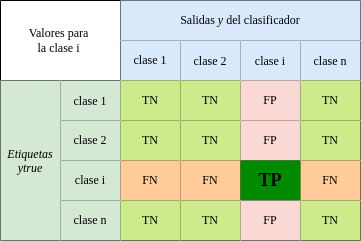
The draw.io diagram Figuras/MC_multiple.png in FCiencias-Equipo-Academico-2022-I/rn-libro, before a commit. Source tidied: cells renumbered, new cells last; positions are measured from the earlier drawing's top-left corner, leaving out a move shared by most shapes.
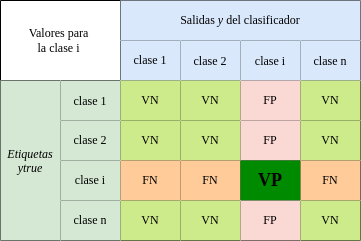
Above is the later version.

Change to the diagram source:
```diff
@@ -2,10 +2,10 @@
   <root>
     <mxCell id="0" />
     <mxCell id="1" parent="0" />
-    <mxCell id="2" style="shape=table;startSize=0;rounded=1;labelBorderColor=none;" parent="1" vertex="1">
-      <mxGeometry width="360" height="240" as="geometry" />
-    </mxCell>
+    <mxCell id="36" style="shape=table;startSize=0;rounded=1;labelBorderColor=none;" parent="1" vertex="1">
+      <mxGeometry x="-25" y="-10" width="360" height="240" as="geometry" />
+    </mxCell>
-    <mxCell id="3" style="shape=tableRow;horizontal=0;startSize=0;swimlaneHead=0;swimlaneBody=0;top=0;left=0;bottom=0;right=0;fillColor=none;" parent="2" vertex="1">
+    <mxCell id="3" style="shape=tableRow;horizontal=0;startSize=0;swimlaneHead=0;swimlaneBody=0;top=0;left=0;bottom=0;right=0;fillColor=none;" parent="36" vertex="1">
       <mxGeometry width="360" height="40" as="geometry" />
     </mxCell>
     <mxCell id="4" value="&lt;font face=&quot;Times New Roman&quot;&gt;Valores para &lt;br&gt;la clase i&amp;nbsp;&lt;/font&gt;" style="shape=partialRectangle;html=1;whiteSpace=wrap;overflow=hidden;fillColor=none;top=0;left=0;bottom=0;right=0;rowspan=2;colspan=2;" parent="3" vertex="1">
@@ -14,7 +14,7 @@
     <mxCell id="5" value="&lt;span style=&quot;color: rgb(0 , 0 , 0) ; font-family: &amp;#34;times new roman&amp;#34; ; font-size: 12px ; font-style: normal ; font-weight: 400 ; letter-spacing: normal ; text-align: center ; text-indent: 0px ; text-transform: none ; word-spacing: 0px ; display: inline ; float: none&quot;&gt;Salidas&amp;nbsp;&lt;/span&gt;&lt;i style=&quot;color: rgb(0 , 0 , 0) ; font-family: &amp;#34;times new roman&amp;#34; ; font-size: 12px ; font-weight: 400 ; letter-spacing: normal ; text-align: center ; text-indent: 0px ; text-transform: none ; word-spacing: 0px&quot;&gt;y&lt;/i&gt;&lt;span style=&quot;color: rgb(0 , 0 , 0) ; font-family: &amp;#34;times new roman&amp;#34; ; font-size: 12px ; font-style: normal ; font-weight: 400 ; letter-spacing: normal ; text-align: center ; text-indent: 0px ; text-transform: none ; word-spacing: 0px ; display: inline ; float: none&quot;&gt;&amp;nbsp;del clasificador&lt;/span&gt;" style="shape=partialRectangle;html=1;whiteSpace=wrap;overflow=hidden;fillColor=#dae8fc;top=0;left=0;bottom=0;right=0;rowspan=1;colspan=4;strokeColor=#6c8ebf;" parent="3" vertex="1">
       <mxGeometry x="120" width="240" height="40" as="geometry" />
     </mxCell>
-    <mxCell id="6" style="shape=tableRow;horizontal=0;startSize=0;swimlaneHead=0;swimlaneBody=0;top=0;left=0;bottom=0;right=0;fillColor=none;" parent="2" vertex="1">
+    <mxCell id="6" style="shape=tableRow;horizontal=0;startSize=0;swimlaneHead=0;swimlaneBody=0;top=0;left=0;bottom=0;right=0;fillColor=none;" parent="36" vertex="1">
       <mxGeometry y="40" width="360" height="40" as="geometry" />
     </mxCell>
     <mxCell id="7" value="clase 1" style="shape=partialRectangle;overflow=hidden;fillColor=#dae8fc;top=0;left=0;bottom=0;right=0;strokeColor=#6c8ebf;html=1;fontFamily=Times New Roman;" parent="6" vertex="1">
@@ -29,46 +29,46 @@
     <mxCell id="10" value="clase n" style="shape=partialRectangle;overflow=hidden;fillColor=#dae8fc;top=0;left=0;bottom=0;right=0;strokeColor=#6c8ebf;fontFamily=Times New Roman;" parent="6" vertex="1">
       <mxGeometry x="300" width="60" height="40" as="geometry" />
     </mxCell>
-    <mxCell id="11" style="shape=tableRow;horizontal=0;startSize=0;swimlaneHead=0;swimlaneBody=0;top=0;left=0;bottom=0;right=0;fillColor=none;" parent="2" vertex="1">
+    <mxCell id="11" style="shape=tableRow;horizontal=0;startSize=0;swimlaneHead=0;swimlaneBody=0;top=0;left=0;bottom=0;right=0;fillColor=none;" parent="36" vertex="1">
       <mxGeometry y="80" width="360" height="40" as="geometry" />
     </mxCell>
-    <mxCell id="12" value="Etiquetas&#10;ytrue" style="shape=partialRectangle;overflow=hidden;fillColor=#d5e8d4;top=0;left=0;bottom=0;right=0;rowspan=4;colspan=1;strokeColor=#82b366;fontFamily=Times New Roman;fontStyle=2;" parent="11" vertex="1">
+    <mxCell id="12" value="Etiquetas&#10;ytrue" style="shape=partialRectangle;overflow=hidden;fillColor=#d5e8d4;top=0;left=0;bottom=0;right=0;rowspan=4;colspan=1;strokeColor=#82b366;fontFamily=Times New Roman;fontStyle=2;flipV=0;flipH=0;" parent="11" vertex="1">
       <mxGeometry width="60" height="160" as="geometry" />
     </mxCell>
     <mxCell id="13" value="clase 1" style="shape=partialRectangle;overflow=hidden;fillColor=#d5e8d4;top=0;left=0;bottom=0;right=0;strokeColor=#82b366;fontFamily=Times New Roman;" parent="11" vertex="1">
       <mxGeometry x="60" width="60" height="40" as="geometry" />
     </mxCell>
-    <mxCell id="14" value="TN" style="shape=partialRectangle;html=1;whiteSpace=wrap;overflow=hidden;fillColor=#cdeb8b;top=0;left=0;bottom=0;right=0;fontFamily=Times New Roman;strokeColor=#36393d;" parent="11" vertex="1">
-      <mxGeometry x="120" width="60" height="40" as="geometry" />
-    </mxCell>
-    <mxCell id="15" value="TN" style="shape=partialRectangle;html=1;whiteSpace=wrap;overflow=hidden;fillColor=#cdeb8b;top=0;left=0;bottom=0;right=0;fontFamily=Times New Roman;strokeColor=#36393d;" parent="11" vertex="1">
-      <mxGeometry x="180" width="60" height="40" as="geometry" />
-    </mxCell>
-    <mxCell id="16" value="FP" style="shape=partialRectangle;html=1;whiteSpace=wrap;overflow=hidden;fillColor=#fad9d5;top=0;left=0;bottom=0;right=0;fontFamily=Times New Roman;strokeColor=#ae4132;" parent="11" vertex="1">
-      <mxGeometry x="240" width="60" height="40" as="geometry" />
-    </mxCell>
-    <mxCell id="17" value="TN" style="shape=partialRectangle;html=1;whiteSpace=wrap;overflow=hidden;fillColor=#cdeb8b;top=0;left=0;bottom=0;right=0;fontFamily=Times New Roman;strokeColor=#36393d;" parent="11" vertex="1">
-      <mxGeometry x="300" width="60" height="40" as="geometry" />
-    </mxCell>
+    <mxCell id="37" value="VN" style="shape=partialRectangle;html=1;whiteSpace=wrap;overflow=hidden;fillColor=#cdeb8b;top=0;left=0;bottom=0;right=0;fontFamily=Times New Roman;strokeColor=#36393d;" parent="11" vertex="1">
+      <mxGeometry x="120" width="60" height="40" as="geometry" />
+    </mxCell>
+    <mxCell id="38" value="VN" style="shape=partialRectangle;html=1;whiteSpace=wrap;overflow=hidden;fillColor=#cdeb8b;top=0;left=0;bottom=0;right=0;fontFamily=Times New Roman;strokeColor=#36393d;" parent="11" vertex="1">
+      <mxGeometry x="180" width="60" height="40" as="geometry" />
+    </mxCell>
+    <mxCell id="39" value="FP" style="shape=partialRectangle;html=1;whiteSpace=wrap;overflow=hidden;fillColor=#fad9d5;top=0;left=0;bottom=0;right=0;fontFamily=Times New Roman;strokeColor=#ae4132;" parent="11" vertex="1">
+      <mxGeometry x="240" width="60" height="40" as="geometry" />
+    </mxCell>
+    <mxCell id="40" value="VN" style="shape=partialRectangle;html=1;whiteSpace=wrap;overflow=hidden;fillColor=#cdeb8b;top=0;left=0;bottom=0;right=0;fontFamily=Times New Roman;strokeColor=#36393d;" parent="11" vertex="1">
+      <mxGeometry x="300" width="60" height="40" as="geometry" />
+    </mxCell>
-    <mxCell id="18" style="shape=tableRow;horizontal=0;startSize=0;swimlaneHead=0;swimlaneBody=0;top=0;left=0;bottom=0;right=0;fillColor=none;" parent="2" vertex="1">
+    <mxCell id="18" style="shape=tableRow;horizontal=0;startSize=0;swimlaneHead=0;swimlaneBody=0;top=0;left=0;bottom=0;right=0;fillColor=none;" parent="36" vertex="1">
       <mxGeometry y="120" width="360" height="40" as="geometry" />
     </mxCell>
     <mxCell id="19" value="clase 2" style="shape=partialRectangle;whiteSpace=wrap;overflow=hidden;fillColor=#d5e8d4;top=0;left=0;bottom=0;right=0;strokeColor=#82b366;fontFamily=Times New Roman;" parent="18" vertex="1">
       <mxGeometry x="60" width="60" height="40" as="geometry" />
     </mxCell>
-    <mxCell id="20" value="TN" style="shape=partialRectangle;html=1;whiteSpace=wrap;overflow=hidden;fillColor=#cdeb8b;top=0;left=0;bottom=0;right=0;fontFamily=Times New Roman;strokeColor=#36393d;" parent="18" vertex="1">
-      <mxGeometry x="120" width="60" height="40" as="geometry" />
-    </mxCell>
-    <mxCell id="21" value="TN" style="shape=partialRectangle;html=1;whiteSpace=wrap;overflow=hidden;fillColor=#cdeb8b;top=0;left=0;bottom=0;right=0;fontFamily=Times New Roman;strokeColor=#36393d;" parent="18" vertex="1">
-      <mxGeometry x="180" width="60" height="40" as="geometry" />
-    </mxCell>
-    <mxCell id="22" value="FP" style="shape=partialRectangle;html=1;whiteSpace=wrap;overflow=hidden;fillColor=#fad9d5;top=0;left=0;bottom=0;right=0;fontFamily=Times New Roman;strokeColor=#ae4132;" parent="18" vertex="1">
-      <mxGeometry x="240" width="60" height="40" as="geometry" />
-    </mxCell>
-    <mxCell id="23" value="TN" style="shape=partialRectangle;html=1;whiteSpace=wrap;overflow=hidden;fillColor=#cdeb8b;top=0;left=0;bottom=0;right=0;fontFamily=Times New Roman;strokeColor=#36393d;" parent="18" vertex="1">
-      <mxGeometry x="300" width="60" height="40" as="geometry" />
-    </mxCell>
+    <mxCell id="41" value="VN" style="shape=partialRectangle;html=1;whiteSpace=wrap;overflow=hidden;fillColor=#cdeb8b;top=0;left=0;bottom=0;right=0;fontFamily=Times New Roman;strokeColor=#36393d;" parent="18" vertex="1">
+      <mxGeometry x="120" width="60" height="40" as="geometry" />
+    </mxCell>
+    <mxCell id="42" value="VN" style="shape=partialRectangle;html=1;whiteSpace=wrap;overflow=hidden;fillColor=#cdeb8b;top=0;left=0;bottom=0;right=0;fontFamily=Times New Roman;strokeColor=#36393d;" parent="18" vertex="1">
+      <mxGeometry x="180" width="60" height="40" as="geometry" />
+    </mxCell>
+    <mxCell id="43" value="FP" style="shape=partialRectangle;html=1;whiteSpace=wrap;overflow=hidden;fillColor=#fad9d5;top=0;left=0;bottom=0;right=0;fontFamily=Times New Roman;strokeColor=#ae4132;" parent="18" vertex="1">
+      <mxGeometry x="240" width="60" height="40" as="geometry" />
+    </mxCell>
+    <mxCell id="44" value="VN" style="shape=partialRectangle;html=1;whiteSpace=wrap;overflow=hidden;fillColor=#cdeb8b;top=0;left=0;bottom=0;right=0;fontFamily=Times New Roman;strokeColor=#36393d;" parent="18" vertex="1">
+      <mxGeometry x="300" width="60" height="40" as="geometry" />
+    </mxCell>
-    <mxCell id="24" style="shape=tableRow;horizontal=0;startSize=0;swimlaneHead=0;swimlaneBody=0;top=0;left=0;bottom=0;right=0;fillColor=none;" parent="2" vertex="1">
+    <mxCell id="24" style="shape=tableRow;horizontal=0;startSize=0;swimlaneHead=0;swimlaneBody=0;top=0;left=0;bottom=0;right=0;fillColor=none;" parent="36" vertex="1">
       <mxGeometry y="160" width="360" height="40" as="geometry" />
     </mxCell>
     <mxCell id="25" value="clase i" style="shape=partialRectangle;whiteSpace=wrap;overflow=hidden;fillColor=#d5e8d4;top=0;left=0;bottom=0;right=0;strokeColor=#82b366;fontFamily=Times New Roman;" parent="24" vertex="1">
@@ -80,29 +80,29 @@
     <mxCell id="27" value="FN" style="shape=partialRectangle;html=1;whiteSpace=wrap;overflow=hidden;fillColor=#ffcc99;top=0;left=0;bottom=0;right=0;strokeColor=#36393d;strokeWidth=4;perimeterSpacing=4;fontFamily=Times New Roman;" parent="24" vertex="1">
       <mxGeometry x="180" width="60" height="40" as="geometry" />
     </mxCell>
-    <mxCell id="28" value="&lt;font style=&quot;font-size: 18px;&quot;&gt;&lt;b style=&quot;font-size: 18px;&quot;&gt;TP&lt;/b&gt;&lt;/font&gt;" style="shape=partialRectangle;html=1;whiteSpace=wrap;overflow=hidden;fillColor=#008a00;top=0;left=0;bottom=0;right=0;strokeWidth=4;perimeterSpacing=2;gradientDirection=radial;dashed=1;shadow=0;sketch=0;strokeColor=#005700;labelBorderColor=none;fontFamily=Times New Roman;fontColor=default;fontSize=18;" parent="24" vertex="1">
-      <mxGeometry x="240" width="60" height="40" as="geometry" />
-    </mxCell>
+    <mxCell id="45" value="&lt;font style=&quot;font-size: 18px&quot;&gt;&lt;b style=&quot;font-size: 18px&quot;&gt;VP&lt;/b&gt;&lt;/font&gt;" style="shape=partialRectangle;html=1;whiteSpace=wrap;overflow=hidden;fillColor=#008a00;top=0;left=0;bottom=0;right=0;strokeWidth=4;perimeterSpacing=2;gradientDirection=radial;dashed=1;shadow=0;sketch=0;strokeColor=#005700;labelBorderColor=none;fontFamily=Times New Roman;fontColor=default;fontSize=18;" parent="24" vertex="1">
+      <mxGeometry x="240" width="60" height="40" as="geometry" />
+    </mxCell>
     <mxCell id="29" value="FN" style="shape=partialRectangle;html=1;whiteSpace=wrap;overflow=hidden;fillColor=#ffcc99;top=0;left=0;bottom=0;right=0;fontFamily=Times New Roman;strokeColor=#36393d;" parent="24" vertex="1">
       <mxGeometry x="300" width="60" height="40" as="geometry" />
     </mxCell>
-    <mxCell id="30" style="shape=tableRow;horizontal=0;startSize=0;swimlaneHead=0;swimlaneBody=0;top=0;left=0;bottom=0;right=0;fillColor=none;" parent="2" vertex="1">
+    <mxCell id="30" style="shape=tableRow;horizontal=0;startSize=0;swimlaneHead=0;swimlaneBody=0;top=0;left=0;bottom=0;right=0;fillColor=none;" parent="36" vertex="1">
       <mxGeometry y="200" width="360" height="40" as="geometry" />
     </mxCell>
     <mxCell id="31" value="clase n" style="shape=partialRectangle;whiteSpace=wrap;overflow=hidden;fillColor=#d5e8d4;top=0;left=0;bottom=0;right=0;strokeColor=#82b366;fontFamily=Times New Roman;" parent="30" vertex="1">
       <mxGeometry x="60" width="60" height="40" as="geometry" />
     </mxCell>
-    <mxCell id="32" value="TN" style="shape=partialRectangle;html=1;whiteSpace=wrap;overflow=hidden;fillColor=#cdeb8b;top=0;left=0;bottom=0;right=0;fontFamily=Times New Roman;strokeColor=#36393d;" parent="30" vertex="1">
-      <mxGeometry x="120" width="60" height="40" as="geometry" />
-    </mxCell>
-    <mxCell id="33" value="TN" style="shape=partialRectangle;html=1;whiteSpace=wrap;overflow=hidden;fillColor=#cdeb8b;top=0;left=0;bottom=0;right=0;fontFamily=Times New Roman;strokeColor=#36393d;" parent="30" vertex="1">
-      <mxGeometry x="180" width="60" height="40" as="geometry" />
-    </mxCell>
-    <mxCell id="34" value="FP" style="shape=partialRectangle;html=1;whiteSpace=wrap;overflow=hidden;fillColor=#fad9d5;top=0;left=0;bottom=0;right=0;fontFamily=Times New Roman;strokeColor=#ae4132;" parent="30" vertex="1">
-      <mxGeometry x="240" width="60" height="40" as="geometry" />
-    </mxCell>
-    <mxCell id="35" value="TN" style="shape=partialRectangle;html=1;whiteSpace=wrap;overflow=hidden;fillColor=#cdeb8b;top=0;left=0;bottom=0;right=0;fontFamily=Times New Roman;strokeColor=#36393d;" parent="30" vertex="1">
-      <mxGeometry x="300" width="60" height="40" as="geometry" />
-    </mxCell>
+    <mxCell id="46" value="VN" style="shape=partialRectangle;html=1;whiteSpace=wrap;overflow=hidden;fillColor=#cdeb8b;top=0;left=0;bottom=0;right=0;fontFamily=Times New Roman;strokeColor=#36393d;" parent="30" vertex="1">
+      <mxGeometry x="120" width="60" height="40" as="geometry" />
+    </mxCell>
+    <mxCell id="47" value="VN" style="shape=partialRectangle;html=1;whiteSpace=wrap;overflow=hidden;fillColor=#cdeb8b;top=0;left=0;bottom=0;right=0;fontFamily=Times New Roman;strokeColor=#36393d;" parent="30" vertex="1">
+      <mxGeometry x="180" width="60" height="40" as="geometry" />
+    </mxCell>
+    <mxCell id="48" value="FP" style="shape=partialRectangle;html=1;whiteSpace=wrap;overflow=hidden;fillColor=#fad9d5;top=0;left=0;bottom=0;right=0;fontFamily=Times New Roman;strokeColor=#ae4132;" parent="30" vertex="1">
+      <mxGeometry x="240" width="60" height="40" as="geometry" />
+    </mxCell>
+    <mxCell id="49" value="VN" style="shape=partialRectangle;html=1;whiteSpace=wrap;overflow=hidden;fillColor=#cdeb8b;top=0;left=0;bottom=0;right=0;fontFamily=Times New Roman;strokeColor=#36393d;" parent="30" vertex="1">
+      <mxGeometry x="300" width="60" height="40" as="geometry" />
+    </mxCell>
   </root>
 </mxGraphModel>
```
